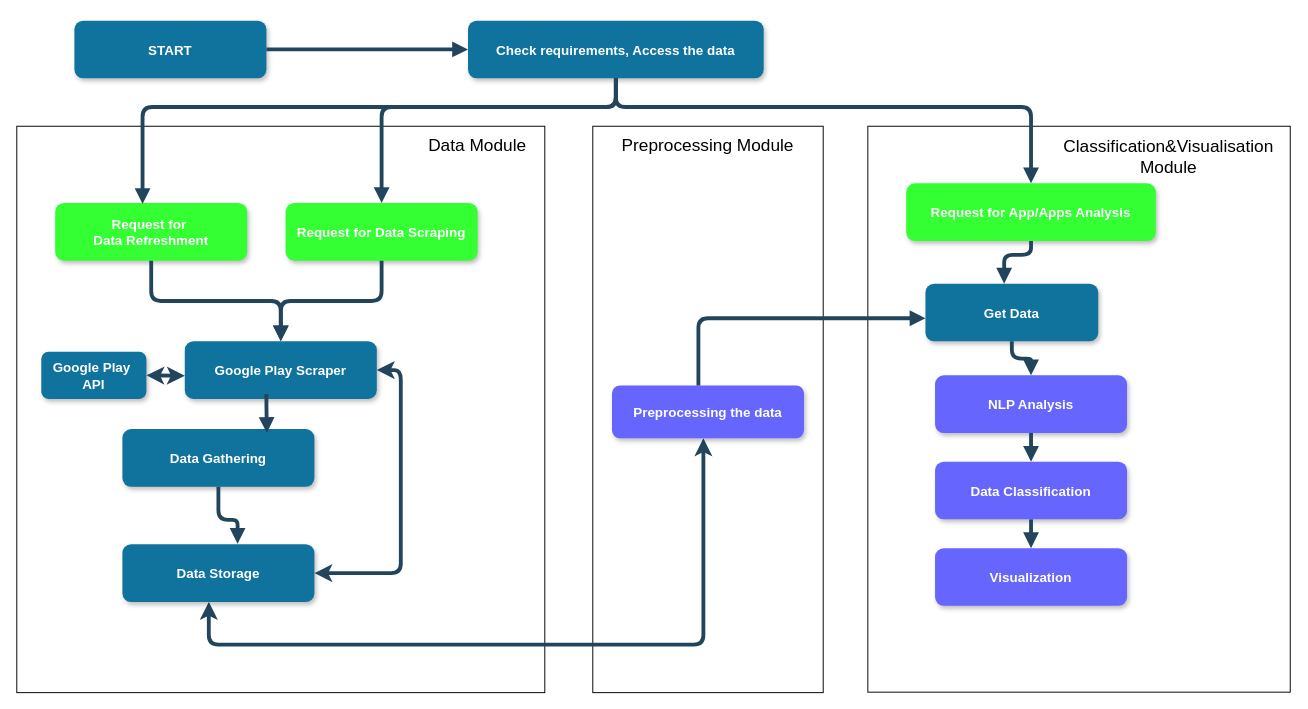
mikolaj2268/review_radar keeps this draw.io diagram as other/diagrams/Diagram System Architecture.drawio. Above is the earlier version. Source tidied: cells renumbered, new cells numbered last; positions are measured from the earlier drawing's top-left corner, leaving out a move shared by most shapes. Both pictures are drawn from the tidied source at 96%, with x=0, y=0 at pixel (16, 20).
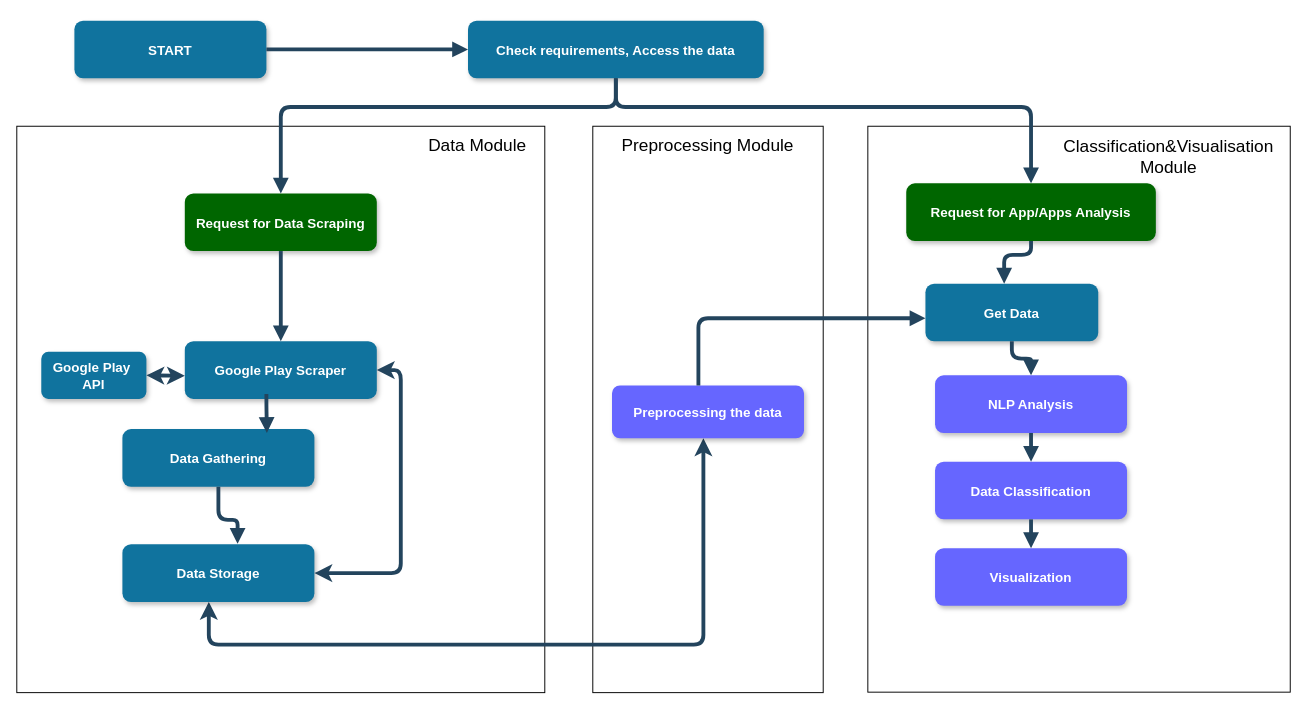
The same diagram, later.

The change refers to these unchanged cells:
```xml
<mxCell id="6" value="Check requirements, Access the data" style="rounded=1;fillColor=#10739E;strokeColor=none;shadow=1;gradientColor=none;fontStyle=1;fontColor=#FFFFFF;fontSize=14;" parent="1" vertex="1">
  <mxGeometry x="470" width="308" height="60" as="geometry" />
</mxCell>
<mxCell id="10" value="Google Play Scraper" style="rounded=1;fillColor=#10739E;strokeColor=none;shadow=1;gradientColor=none;fontStyle=1;fontColor=#FFFFFF;fontSize=14;" parent="1" vertex="1">
  <mxGeometry x="175" y="334" width="200" height="60" as="geometry" />
</mxCell>
```

What changed in the source:
```diff
@@
-    <mxCell id="7" value="Request for &#10;Data Refreshment" style="rounded=1;fillColor=#33FF33;strokeColor=none;shadow=1;gradientColor=none;fontStyle=1;fontColor=#FFFFFF;fontSize=14;" parent="1" vertex="1">
-      <mxGeometry x="40" y="190" width="200" height="60" as="geometry" />
-    </mxCell>
-    <mxCell id="8" value="Request for Data Scraping" style="rounded=1;fillColor=#33FF33;strokeColor=none;shadow=1;gradientColor=none;fontStyle=1;fontColor=#FFFFFF;fontSize=14;" parent="1" vertex="1">
-      <mxGeometry x="280" y="190" width="200" height="60" as="geometry" />
+    <mxCell id="8" value="Request for Data Scraping" style="rounded=1;fillColor=#006600;strokeColor=none;shadow=1;gradientColor=none;fontStyle=1;fontColor=#FFFFFF;fontSize=14;" parent="1" vertex="1">
+      <mxGeometry x="175" y="180" width="200" height="60" as="geometry" />
     </mxCell>
-    <mxCell id="9" value="Request for App/Apps Analysis" style="rounded=1;fillColor=#33FF33;strokeColor=none;shadow=1;gradientColor=none;fontStyle=1;fontColor=#FFFFFF;fontSize=14;" parent="1" vertex="1">
+    <mxCell id="9" value="Request for App/Apps Analysis" style="rounded=1;fillColor=#006600;strokeColor=none;shadow=1;gradientColor=none;fontStyle=1;fontColor=#FFFFFF;fontSize=14;" parent="1" vertex="1">
       <mxGeometry x="926.5" y="169.5" width="260" height="60" as="geometry" />
     </mxCell>
@@
-    <mxCell id="26" style="edgeStyle=elbowEdgeStyle;elbow=vertical;strokeWidth=4;endArrow=block;endFill=1;fontStyle=1;strokeColor=#23445D;entryX=0.455;entryY=0.017;entryDx=0;entryDy=0;entryPerimeter=0;exitX=0.5;exitY=1;exitDx=0;exitDy=0;" parent="1" edge="1" source="6" target="7">
-      <mxGeometry x="22" y="165.5" as="geometry">
-        <Array as="points">
-          <mxPoint x="350" y="90" />
-          <mxPoint x="530" y="160" />
-          <mxPoint x="310" y="170" />
-        </Array>
-      </mxGeometry>
-    </mxCell>
@@
-    <mxCell id="29" style="edgeStyle=elbowEdgeStyle;elbow=vertical;strokeWidth=4;endArrow=block;endFill=1;fontStyle=1;strokeColor=#23445D;entryX=0.5;entryY=0;entryDx=0;entryDy=0;" parent="1" edge="1" source="7" target="10">
-      <mxGeometry x="62" y="175.5" as="geometry" />
-    </mxCell>
```
